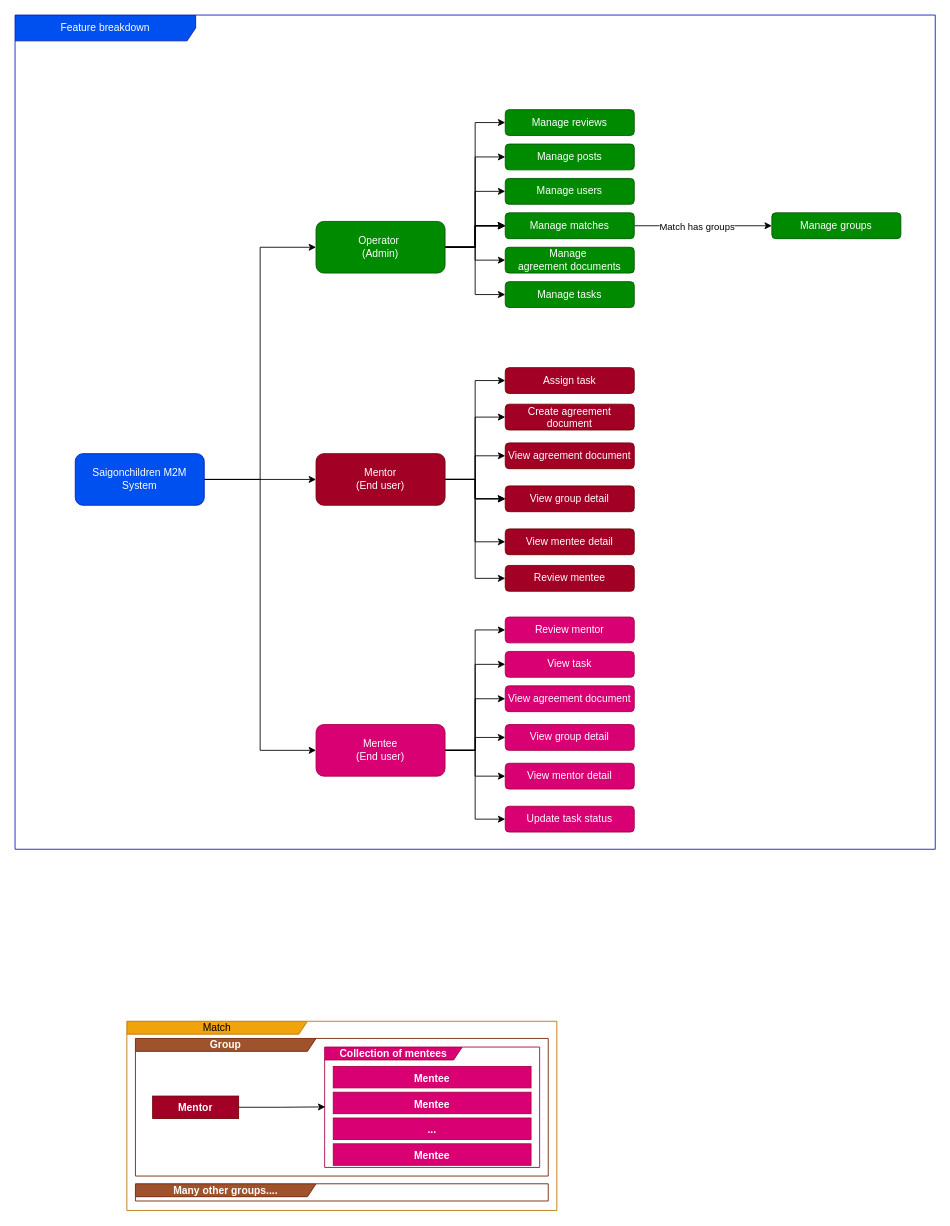
scc-big-buddy-liltle-buddy/documentation keeps this draw.io diagram as docs/scc_feature_breakdown.drawio. Above is the earlier version. Source tidied: cells renumbered, new cells numbered last; positions are measured from the earlier drawing's top-left corner, leaving out a move shared by most shapes. Both pictures are drawn from the tidied source at 86%, with x=0, y=0 at pixel (15, 15).
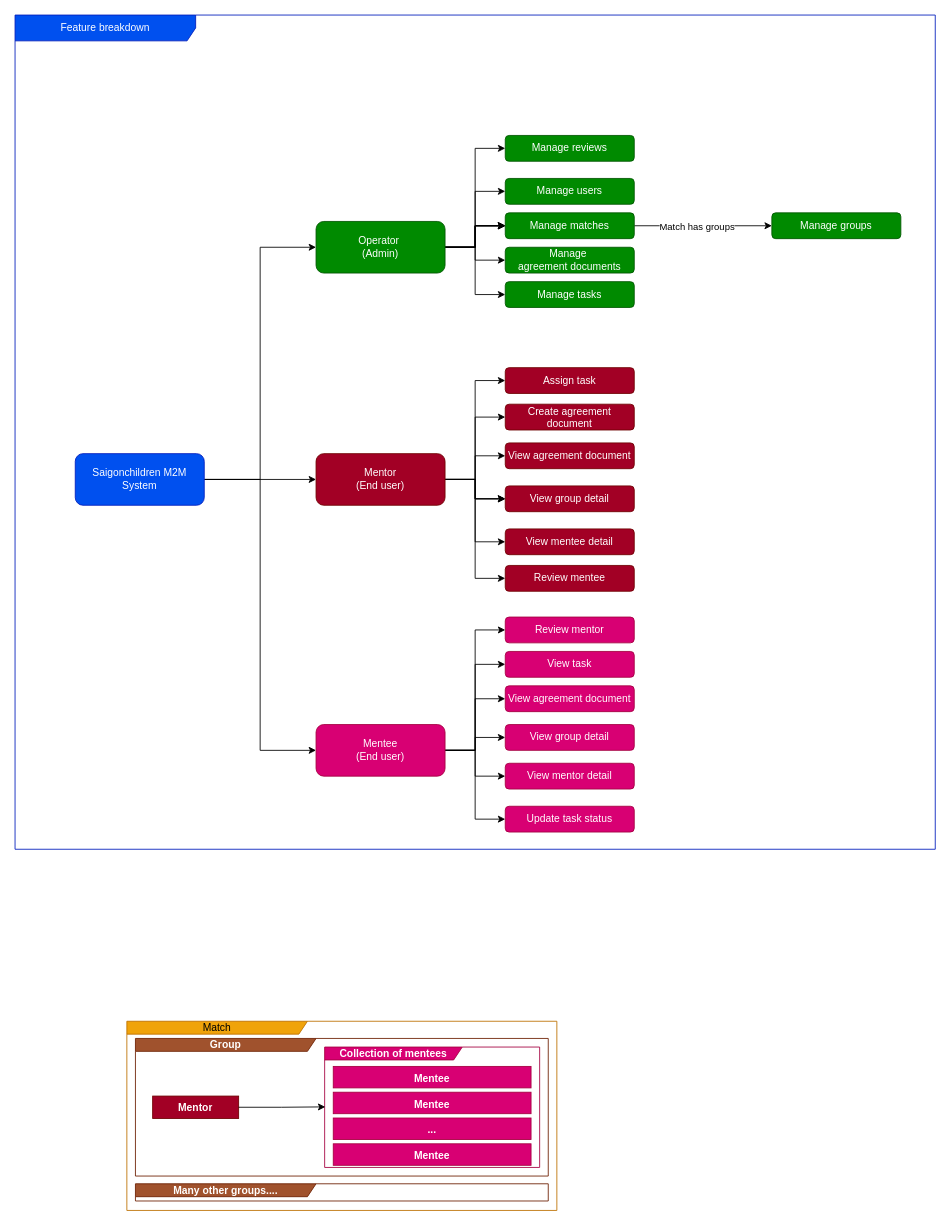
The same diagram, later.

Unchanged cells that the change refers to:
```xml
<mxCell id="16" value="Operator&amp;nbsp;&lt;div&gt;(Admin)&lt;/div&gt;" style="rounded=1;whiteSpace=wrap;html=1;fillColor=#008a00;fontColor=#ffffff;strokeColor=#005700;" parent="1" vertex="1">
  <mxGeometry x="350" y="240" width="150" height="60" as="geometry" />
</mxCell>
```

The edit, as a diff of the source:
```diff
@@
-    <mxCell id="13" style="edgeStyle=orthogonalEdgeStyle;rounded=0;jettySize=auto;html=1;entryX=0;entryY=0.5;entryDx=0;entryDy=0;" parent="1" edge="1" source="16" target="46">
-      <mxGeometry relative="1" as="geometry" />
-    </mxCell>
@@
-    <mxCell id="46" value="Manage posts" style="rounded=1;whiteSpace=wrap;html=1;fillColor=#008a00;fontColor=#ffffff;strokeColor=#005700;" parent="1" vertex="1">
-      <mxGeometry x="570" y="150" width="150" height="30" as="geometry" />
-    </mxCell>
@@
     <mxCell id="53" value="Manage reviews" style="rounded=1;whiteSpace=wrap;html=1;fillColor=#008a00;fontColor=#ffffff;strokeColor=#005700;" parent="1" vertex="1">
-      <mxGeometry x="570" y="110" width="150" height="30" as="geometry" />
+      <mxGeometry x="570" y="140" width="150" height="30" as="geometry" />
     </mxCell>
```
